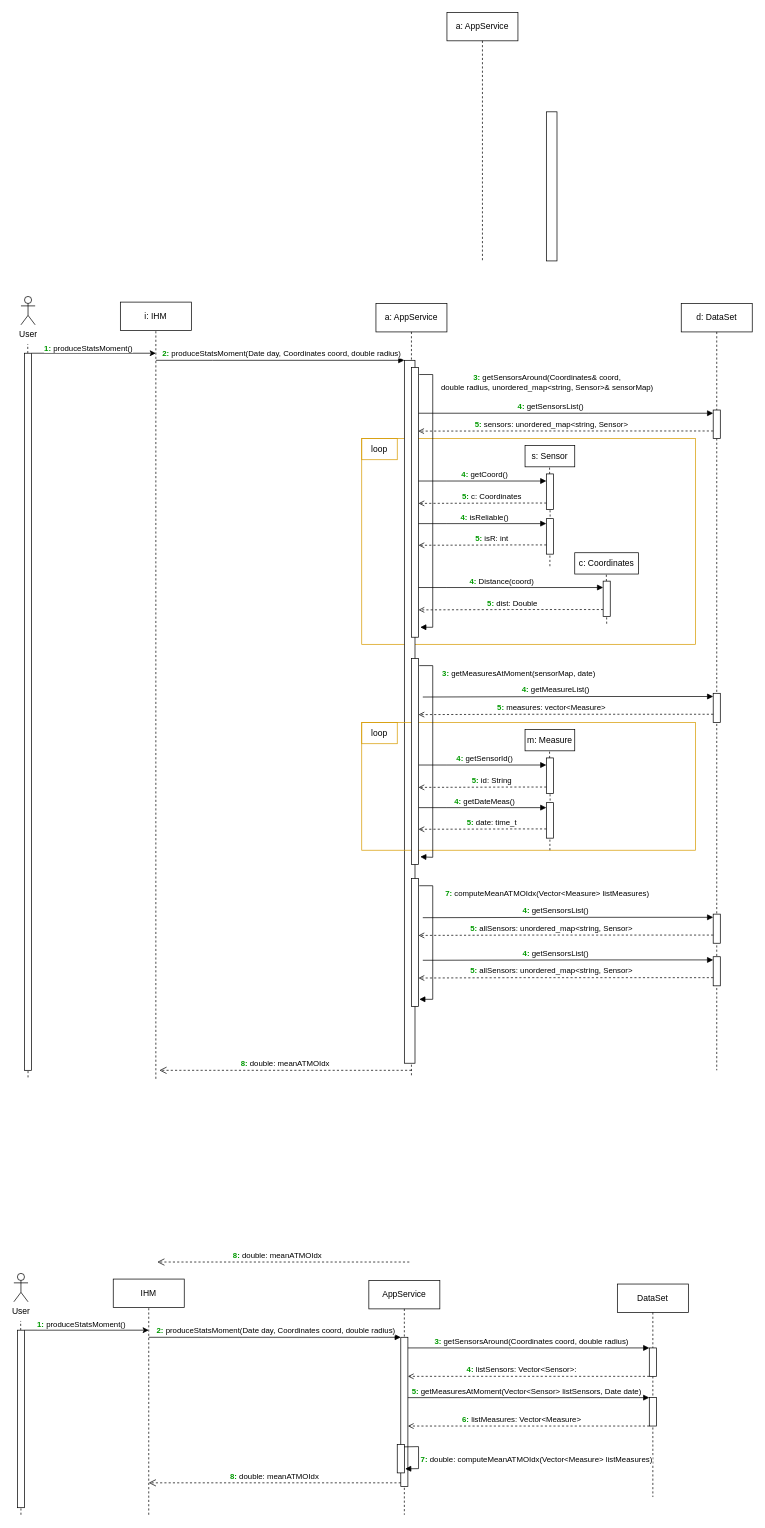
Before: UML stuff/seqDiagProdStatsMoment.drawio in NourJadiri/AirWatcher, a draw.io diagram. Source tidied: cells renumbered, new cells numbered last; positions are measured from the earlier drawing's top-left corner, leaving out a move shared by most shapes. Both pictures are drawn from the tidied source at 71%, with x=0, y=0 at pixel (13, 12).
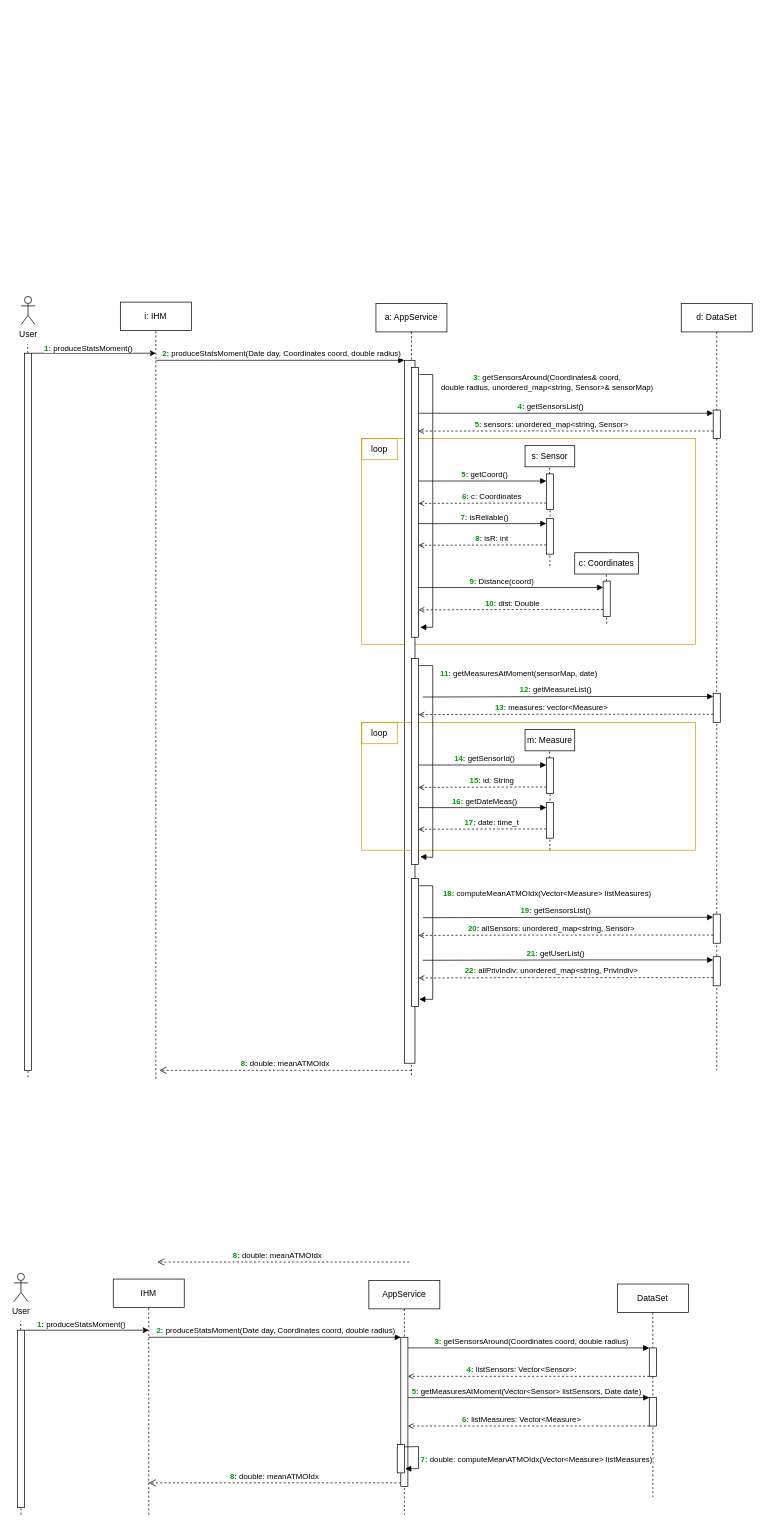
The same page after the edit.

Commit message:
Mettre à jour seqDiagProdStatsMoment.drawio

The change refers to these unchanged cells:
```xml
<mxCell id="8" style="endArrow=block;html=1;rounded=0;endFill=1;" parent="3" edge="1" target="11">
  <mxGeometry relative="1" as="geometry">
    <mxPoint x="60" y="650" as="sourcePoint" />
    <Array as="points">
      <mxPoint x="100" y="650" />
    </Array>
  </mxGeometry>
</mxCell>
<mxCell id="12" style="endArrow=open;html=1;rounded=0;endFill=0;dashed=1;entryX=1.055;entryY=0.269;entryDx=0;entryDy=0;entryPerimeter=0;" parent="3" edge="1" source="11">
  <mxGeometry relative="1" as="geometry">
    <mxPoint x="60" y="681.5" as="targetPoint" />
    <Array as="points">
      <mxPoint x="200" y="681" />
    </Array>
  </mxGeometry>
</mxCell>
<mxCell id="16" style="endArrow=block;html=1;rounded=0;endFill=1;" parent="3" edge="1">
  <mxGeometry relative="1" as="geometry">
    <mxPoint x="60" y="710" as="sourcePoint" />
    <mxPoint x="240" y="710" as="targetPoint" />
    <Array as="points">
      <mxPoint x="100" y="710" />
    </Array>
  </mxGeometry>
</mxCell>
<mxCell id="18" style="endArrow=open;html=1;rounded=0;endFill=0;dashed=1;entryX=1.055;entryY=0.269;entryDx=0;entryDy=0;entryPerimeter=0;" parent="3" edge="1">
  <mxGeometry relative="1" as="geometry">
    <mxPoint x="240" y="740" as="sourcePoint" />
    <mxPoint x="60" y="740.5" as="targetPoint" />
    <Array as="points">
      <mxPoint x="200" y="740" />
    </Array>
  </mxGeometry>
</mxCell>
<mxCell id="25" style="endArrow=block;html=1;rounded=0;endFill=1;exitX=1.6;exitY=0.187;exitDx=0;exitDy=0;exitPerimeter=0;" parent="22" edge="1">
  <mxGeometry relative="1" as="geometry">
    <mxPoint x="-364" y="865" as="sourcePoint" />
    <mxPoint x="45" y="864.5" as="targetPoint" />
    <Array as="points">
      <mxPoint x="-130" y="864.5" />
    </Array>
  </mxGeometry>
</mxCell>
<mxCell id="27" style="endArrow=open;html=1;rounded=0;endFill=0;dashed=1;entryX=0.964;entryY=0.236;entryDx=0;entryDy=0;entryPerimeter=0;" parent="22" edge="1">
  <mxGeometry relative="1" as="geometry">
    <mxPoint x="45" y="889.5" as="sourcePoint" />
    <mxPoint x="-370" y="890" as="targetPoint" />
    <Array as="points">
      <mxPoint x="-225" y="889.5" />
    </Array>
  </mxGeometry>
</mxCell>
<mxCell id="30" style="endArrow=block;html=1;rounded=0;endFill=1;exitX=1.6;exitY=0.187;exitDx=0;exitDy=0;exitPerimeter=0;" parent="22" edge="1">
  <mxGeometry relative="1" as="geometry">
    <mxPoint x="-364" y="925" as="sourcePoint" />
    <mxPoint x="45" y="924.5" as="targetPoint" />
    <Array as="points">
      <mxPoint x="-130" y="924.5" />
    </Array>
  </mxGeometry>
</mxCell>
<mxCell id="32" style="endArrow=open;html=1;rounded=0;endFill=0;dashed=1;entryX=0.964;entryY=0.236;entryDx=0;entryDy=0;entryPerimeter=0;" parent="22" edge="1">
  <mxGeometry relative="1" as="geometry">
    <mxPoint x="45" y="949.5" as="sourcePoint" />
    <mxPoint x="-370" y="950" as="targetPoint" />
    <Array as="points">
      <mxPoint x="-225" y="949.5" />
    </Array>
  </mxGeometry>
</mxCell>
<mxCell id="79" style="endArrow=block;html=1;rounded=0;endFill=1;" parent="1" edge="1" target="82">
  <mxGeometry relative="1" as="geometry">
    <mxPoint x="570" y="660" as="sourcePoint" />
    <Array as="points">
      <mxPoint x="610" y="660" />
    </Array>
  </mxGeometry>
</mxCell>
<mxCell id="83" style="endArrow=open;html=1;rounded=0;endFill=0;dashed=1;entryX=1.055;entryY=0.269;entryDx=0;entryDy=0;entryPerimeter=0;" parent="1" edge="1" source="82">
  <mxGeometry relative="1" as="geometry">
    <mxPoint x="570" y="691.5" as="targetPoint" />
    <Array as="points">
      <mxPoint x="710" y="691" />
    </Array>
  </mxGeometry>
</mxCell>
<mxCell id="88" style="endArrow=block;html=1;rounded=0;endFill=1;" parent="1" edge="1" target="87">
  <mxGeometry relative="1" as="geometry">
    <mxPoint x="570" y="810" as="sourcePoint" />
    <Array as="points">
      <mxPoint x="610" y="810" />
    </Array>
  </mxGeometry>
</mxCell>
<mxCell id="90" style="endArrow=open;html=1;rounded=0;endFill=0;dashed=1;entryX=1.055;entryY=0.269;entryDx=0;entryDy=0;entryPerimeter=0;" parent="1" edge="1" source="87">
  <mxGeometry relative="1" as="geometry">
    <mxPoint x="570" y="841.5" as="targetPoint" />
    <Array as="points">
      <mxPoint x="710" y="841" />
    </Array>
  </mxGeometry>
</mxCell>
<mxCell id="94" style="endArrow=block;html=1;rounded=0;endFill=1;" parent="1" edge="1">
  <mxGeometry relative="1" as="geometry">
    <mxPoint x="570" y="720" as="sourcePoint" />
    <mxPoint x="750" y="720" as="targetPoint" />
    <Array as="points">
      <mxPoint x="610" y="720" />
    </Array>
  </mxGeometry>
</mxCell>
<mxCell id="96" style="endArrow=open;html=1;rounded=0;endFill=0;dashed=1;entryX=1.055;entryY=0.269;entryDx=0;entryDy=0;entryPerimeter=0;" parent="1" edge="1">
  <mxGeometry relative="1" as="geometry">
    <mxPoint x="750" y="750" as="sourcePoint" />
    <mxPoint x="570" y="750.5" as="targetPoint" />
    <Array as="points">
      <mxPoint x="710" y="750" />
    </Array>
  </mxGeometry>
</mxCell>
<mxCell id="99" style="endArrow=block;html=1;rounded=0;endFill=1;entryX=1.236;entryY=0.963;entryDx=0;entryDy=0;entryPerimeter=0;" parent="1" edge="1" target="98">
  <mxGeometry relative="1" as="geometry">
    <mxPoint x="571" y="920" as="sourcePoint" />
    <Array as="points">
      <mxPoint x="590" y="920" />
      <mxPoint x="590" y="1190" />
    </Array>
  </mxGeometry>
</mxCell>
<mxCell id="102" style="endArrow=block;html=1;rounded=0;endFill=1;exitX=1.6;exitY=0.187;exitDx=0;exitDy=0;exitPerimeter=0;" parent="1" edge="1" source="98">
  <mxGeometry relative="1" as="geometry">
    <mxPoint x="985" y="963.5" as="targetPoint" />
    <Array as="points">
      <mxPoint x="810" y="963.5" />
    </Array>
  </mxGeometry>
</mxCell>
<mxCell id="104" style="endArrow=open;html=1;rounded=0;endFill=0;dashed=1;entryX=0.964;entryY=0.236;entryDx=0;entryDy=0;entryPerimeter=0;" parent="1" edge="1">
  <mxGeometry relative="1" as="geometry">
    <mxPoint x="985" y="988.5" as="sourcePoint" />
    <mxPoint x="570" y="989" as="targetPoint" />
    <Array as="points">
      <mxPoint x="715" y="988.5" />
    </Array>
  </mxGeometry>
</mxCell>
<mxCell id="107" style="endArrow=block;html=1;rounded=0;endFill=1;" parent="1" edge="1">
  <mxGeometry relative="1" as="geometry">
    <mxPoint x="571" y="1230" as="sourcePoint" />
    <mxPoint x="571" y="1390" as="targetPoint" />
    <Array as="points">
      <mxPoint x="590" y="1230" />
      <mxPoint x="590" y="1390" />
    </Array>
  </mxGeometry>
</mxCell>
```

Change to the diagram source:
```diff
@@
-    <mxCell id="9" value="&lt;b style=&quot;border-color: var(--border-color); caret-color: rgb(0, 153, 0); color: rgb(0, 153, 0);&quot;&gt;4:&amp;nbsp;&lt;/b&gt;getSensorId()" style="edgeLabel;html=1;align=center;verticalAlign=middle;" parent="8" vertex="1">
+    <mxCell id="9" value="&lt;b style=&quot;border-color: var(--border-color); caret-color: rgb(0, 153, 0); color: rgb(0, 153, 0);&quot;&gt;14:&amp;nbsp;&lt;/b&gt;getSensorId()" style="edgeLabel;html=1;align=center;verticalAlign=middle;" parent="8" vertex="1">
       <mxGeometry x="-0.41" y="2" relative="1" as="geometry">
         <mxPoint x="39" y="-8" as="offset" />
       </mxGeometry>
     </mxCell>
@@
-    <mxCell id="13" value="&lt;b style=&quot;border-color: var(--border-color); caret-color: rgb(0, 153, 0); color: rgb(0, 153, 0);&quot;&gt;5: &lt;/b&gt;&lt;span style=&quot;border-color: var(--border-color); caret-color: rgb(0, 153, 0);&quot;&gt;id&lt;/span&gt;:&amp;nbsp;String" style="edgeLabel;html=1;align=center;verticalAlign=middle;" parent="12" vertex="1">
+    <mxCell id="13" value="&lt;b style=&quot;border-color: var(--border-color); caret-color: rgb(0, 153, 0); color: rgb(0, 153, 0);&quot;&gt;15: &lt;/b&gt;&lt;span style=&quot;border-color: var(--border-color); caret-color: rgb(0, 153, 0);&quot;&gt;id&lt;/span&gt;:&amp;nbsp;String" style="edgeLabel;html=1;align=center;verticalAlign=middle;" parent="12" vertex="1">
       <mxGeometry x="0.28" y="1" relative="1" as="geometry">
         <mxPoint x="37" y="-11" as="offset" />
       </mxGeometry>
     </mxCell>
@@
-    <mxCell id="17" value="&lt;b style=&quot;border-color: var(--border-color); caret-color: rgb(0, 153, 0); color: rgb(0, 153, 0);&quot;&gt;4:&amp;nbsp;&lt;/b&gt;getDateMeas()" style="edgeLabel;html=1;align=center;verticalAlign=middle;" parent="16" vertex="1">
+    <mxCell id="17" value="&lt;b style=&quot;border-color: var(--border-color); caret-color: rgb(0, 153, 0); color: rgb(0, 153, 0);&quot;&gt;16:&amp;nbsp;&lt;/b&gt;getDateMeas()" style="edgeLabel;html=1;align=center;verticalAlign=middle;" parent="16" vertex="1">
       <mxGeometry x="-0.41" y="2" relative="1" as="geometry">
         <mxPoint x="39" y="-8" as="offset" />
       </mxGeometry>
     </mxCell>
@@
-    <mxCell id="19" value="&lt;b style=&quot;border-color: var(--border-color); caret-color: rgb(0, 153, 0); color: rgb(0, 153, 0);&quot;&gt;5: &lt;/b&gt;&lt;span style=&quot;border-color: var(--border-color); caret-color: rgb(0, 153, 0);&quot;&gt;date:&lt;/span&gt;&lt;b style=&quot;border-color: var(--border-color); caret-color: rgb(0, 153, 0); color: rgb(0, 153, 0);&quot;&gt;&amp;nbsp;&lt;/b&gt;time_t" style="edgeLabel;html=1;align=center;verticalAlign=middle;" parent="18" vertex="1">
+    <mxCell id="19" value="&lt;b style=&quot;border-color: var(--border-color); caret-color: rgb(0, 153, 0); color: rgb(0, 153, 0);&quot;&gt;17: &lt;/b&gt;&lt;span style=&quot;border-color: var(--border-color); caret-color: rgb(0, 153, 0);&quot;&gt;date:&lt;/span&gt;&lt;b style=&quot;border-color: var(--border-color); caret-color: rgb(0, 153, 0); color: rgb(0, 153, 0);&quot;&gt;&amp;nbsp;&lt;/b&gt;time_t" style="edgeLabel;html=1;align=center;verticalAlign=middle;" parent="18" vertex="1">
       <mxGeometry x="0.28" y="1" relative="1" as="geometry">
         <mxPoint x="37" y="-11" as="offset" />
       </mxGeometry>
     </mxCell>
@@
-    <mxCell id="26" value="&lt;b style=&quot;border-color: var(--border-color); caret-color: rgb(0, 153, 0); color: rgb(0, 153, 0);&quot;&gt;4:&amp;nbsp;&lt;/b&gt;getSensorsList()" style="edgeLabel;html=1;align=center;verticalAlign=middle;" parent="25" vertex="1">
+    <mxCell id="26" value="&lt;b style=&quot;border-color: var(--border-color); caret-color: rgb(0, 153, 0); color: rgb(0, 153, 0);&quot;&gt;19:&amp;nbsp;&lt;/b&gt;getSensorsList()" style="edgeLabel;html=1;align=center;verticalAlign=middle;" parent="25" vertex="1">
       <mxGeometry x="-0.41" y="2" relative="1" as="geometry">
         <mxPoint x="66" y="-8" as="offset" />
       </mxGeometry>
     </mxCell>
@@
-    <mxCell id="28" value="&lt;b style=&quot;border-color: var(--border-color); caret-color: rgb(0, 153, 0); color: rgb(0, 153, 0);&quot;&gt;5:&amp;nbsp;&lt;/b&gt;allSensors:&amp;nbsp;unordered_map&amp;lt;string, Sensor&amp;gt;" style="edgeLabel;html=1;align=center;verticalAlign=middle;" parent="27" vertex="1">
+    <mxCell id="28" value="&lt;b style=&quot;border-color: var(--border-color); caret-color: rgb(0, 153, 0); color: rgb(0, 153, 0);&quot;&gt;20:&amp;nbsp;&lt;/b&gt;allSensors:&amp;nbsp;unordered_map&amp;lt;string, Sensor&amp;gt;" style="edgeLabel;html=1;align=center;verticalAlign=middle;" parent="27" vertex="1">
       <mxGeometry x="0.28" y="1" relative="1" as="geometry">
         <mxPoint x="37" y="-11" as="offset" />
       </mxGeometry>
     </mxCell>
@@
-    <mxCell id="31" value="&lt;b style=&quot;border-color: var(--border-color); caret-color: rgb(0, 153, 0); color: rgb(0, 153, 0);&quot;&gt;4:&amp;nbsp;&lt;/b&gt;getSensorsList()" style="edgeLabel;html=1;align=center;verticalAlign=middle;" parent="30" vertex="1">
+    <mxCell id="31" value="&lt;b style=&quot;border-color: var(--border-color); caret-color: rgb(0, 153, 0); color: rgb(0, 153, 0);&quot;&gt;21:&amp;nbsp;&lt;/b&gt;getUserList()" style="edgeLabel;html=1;align=center;verticalAlign=middle;" parent="30" vertex="1">
       <mxGeometry x="-0.41" y="2" relative="1" as="geometry">
         <mxPoint x="66" y="-8" as="offset" />
       </mxGeometry>
     </mxCell>
@@
-    <mxCell id="33" value="&lt;b style=&quot;border-color: var(--border-color); caret-color: rgb(0, 153, 0); color: rgb(0, 153, 0);&quot;&gt;5:&amp;nbsp;&lt;/b&gt;allSensors:&amp;nbsp;unordered_map&amp;lt;string, Sensor&amp;gt;" style="edgeLabel;html=1;align=center;verticalAlign=middle;" parent="32" vertex="1">
+    <mxCell id="33" value="&lt;b style=&quot;border-color: var(--border-color); caret-color: rgb(0, 153, 0); color: rgb(0, 153, 0);&quot;&gt;22:&amp;nbsp;&lt;/b&gt;allPrivIndiv:&amp;nbsp;unordered_map&amp;lt;string, PrivIndiv&amp;gt;" style="edgeLabel;html=1;align=center;verticalAlign=middle;" parent="32" vertex="1">
       <mxGeometry x="0.28" y="1" relative="1" as="geometry">
         <mxPoint x="37" y="-11" as="offset" />
       </mxGeometry>
     </mxCell>
@@
-    <mxCell id="76" value="a: AppService" style="shape=umlLifeline;perimeter=lifelinePerimeter;whiteSpace=wrap;html=1;newEdgeStyle={&quot;edgeStyle&quot;:&quot;elbowEdgeStyle&quot;,&quot;elbow&quot;:&quot;vertical&quot;,&quot;curved&quot;:0,&quot;rounded&quot;:0};" parent="1" vertex="1">
-      <mxGeometry x="610" width="100" height="350" as="geometry" />
-    </mxCell>
-    <mxCell id="77" style="html=1;perimeter=orthogonalPerimeter;targetShapes=umlLifeline;newEdgeStyle={&quot;edgeStyle&quot;:&quot;elbowEdgeStyle&quot;,&quot;elbow&quot;:&quot;vertical&quot;,&quot;curved&quot;:0,&quot;rounded&quot;:0};" parent="1" vertex="1">
-      <mxGeometry x="750" y="140" width="15" height="210" as="geometry" />
-    </mxCell>
@@
-    <mxCell id="80" value="&lt;b style=&quot;border-color: var(--border-color); caret-color: rgb(0, 153, 0); color: rgb(0, 153, 0);&quot;&gt;4:&amp;nbsp;&lt;/b&gt;getCoord()" style="edgeLabel;html=1;align=center;verticalAlign=middle;" parent="79" vertex="1">
+    <mxCell id="80" value="&lt;b style=&quot;border-color: var(--border-color); caret-color: rgb(0, 153, 0); color: rgb(0, 153, 0);&quot;&gt;5:&amp;nbsp;&lt;/b&gt;getCoord()" style="edgeLabel;html=1;align=center;verticalAlign=middle;" parent="79" vertex="1">
       <mxGeometry x="-0.41" y="2" relative="1" as="geometry">
         <mxPoint x="39" y="-8" as="offset" />
       </mxGeometry>
     </mxCell>
@@
-    <mxCell id="84" value="&lt;b style=&quot;border-color: var(--border-color); caret-color: rgb(0, 153, 0); color: rgb(0, 153, 0);&quot;&gt;5:&amp;nbsp;&lt;/b&gt;c:&amp;nbsp;Coordinates" style="edgeLabel;html=1;align=center;verticalAlign=middle;" parent="83" vertex="1">
+    <mxCell id="84" value="&lt;b style=&quot;border-color: var(--border-color); caret-color: rgb(0, 153, 0); color: rgb(0, 153, 0);&quot;&gt;6:&amp;nbsp;&lt;/b&gt;c:&amp;nbsp;Coordinates" style="edgeLabel;html=1;align=center;verticalAlign=middle;" parent="83" vertex="1">
       <mxGeometry x="0.28" y="1" relative="1" as="geometry">
         <mxPoint x="37" y="-11" as="offset" />
       </mxGeometry>
     </mxCell>
@@
-    <mxCell id="89" value="&lt;b style=&quot;border-color: var(--border-color); caret-color: rgb(0, 153, 0); color: rgb(0, 153, 0);&quot;&gt;4:&amp;nbsp;&lt;/b&gt;Distance(coord)" style="edgeLabel;html=1;align=center;verticalAlign=middle;" parent="88" vertex="1">
+    <mxCell id="89" value="&lt;b style=&quot;border-color: var(--border-color); caret-color: rgb(0, 153, 0); color: rgb(0, 153, 0);&quot;&gt;9:&amp;nbsp;&lt;/b&gt;Distance(coord)" style="edgeLabel;html=1;align=center;verticalAlign=middle;" parent="88" vertex="1">
       <mxGeometry x="-0.41" y="2" relative="1" as="geometry">
         <mxPoint x="39" y="-8" as="offset" />
       </mxGeometry>
     </mxCell>
@@
-    <mxCell id="91" value="&lt;b style=&quot;border-color: var(--border-color); caret-color: rgb(0, 153, 0); color: rgb(0, 153, 0);&quot;&gt;5:&amp;nbsp;&lt;/b&gt;dist: Double" style="edgeLabel;html=1;align=center;verticalAlign=middle;" parent="90" vertex="1">
+    <mxCell id="91" value="&lt;b style=&quot;border-color: var(--border-color); caret-color: rgb(0, 153, 0); color: rgb(0, 153, 0);&quot;&gt;10:&amp;nbsp;&lt;/b&gt;dist: Double" style="edgeLabel;html=1;align=center;verticalAlign=middle;" parent="90" vertex="1">
       <mxGeometry x="0.28" y="1" relative="1" as="geometry">
         <mxPoint x="37" y="-11" as="offset" />
       </mxGeometry>
     </mxCell>
@@
-    <mxCell id="95" value="&lt;b style=&quot;border-color: var(--border-color); caret-color: rgb(0, 153, 0); color: rgb(0, 153, 0);&quot;&gt;4:&amp;nbsp;&lt;/b&gt;isReliable()" style="edgeLabel;html=1;align=center;verticalAlign=middle;" parent="94" vertex="1">
+    <mxCell id="95" value="&lt;b style=&quot;border-color: var(--border-color); caret-color: rgb(0, 153, 0); color: rgb(0, 153, 0);&quot;&gt;7:&amp;nbsp;&lt;/b&gt;isReliable()" style="edgeLabel;html=1;align=center;verticalAlign=middle;" parent="94" vertex="1">
       <mxGeometry x="-0.41" y="2" relative="1" as="geometry">
         <mxPoint x="39" y="-8" as="offset" />
       </mxGeometry>
     </mxCell>
@@
-    <mxCell id="97" value="&lt;b style=&quot;border-color: var(--border-color); caret-color: rgb(0, 153, 0); color: rgb(0, 153, 0);&quot;&gt;5: &lt;/b&gt;&lt;span style=&quot;border-color: var(--border-color); caret-color: rgb(0, 153, 0);&quot;&gt;isR&lt;/span&gt;:&amp;nbsp;int" style="edgeLabel;html=1;align=center;verticalAlign=middle;" parent="96" vertex="1">
+    <mxCell id="97" value="&lt;b style=&quot;border-color: var(--border-color); caret-color: rgb(0, 153, 0); color: rgb(0, 153, 0);&quot;&gt;8: &lt;/b&gt;&lt;span style=&quot;border-color: var(--border-color); caret-color: rgb(0, 153, 0);&quot;&gt;isR&lt;/span&gt;:&amp;nbsp;int" style="edgeLabel;html=1;align=center;verticalAlign=middle;" parent="96" vertex="1">
       <mxGeometry x="0.28" y="1" relative="1" as="geometry">
         <mxPoint x="37" y="-11" as="offset" />
       </mxGeometry>
     </mxCell>
@@
-    <mxCell id="100" value="&lt;b style=&quot;border-color: var(--border-color); caret-color: rgb(0, 153, 0); color: rgb(0, 153, 0);&quot;&gt;3:&amp;nbsp;&lt;/b&gt;getMeasuresAtMoment(sensorMap, date)" style="edgeLabel;html=1;align=center;verticalAlign=middle;" parent="99" vertex="1">
+    <mxCell id="100" value="&lt;b style=&quot;border-color: var(--border-color); caret-color: rgb(0, 153, 0); color: rgb(0, 153, 0);&quot;&gt;11:&amp;nbsp;&lt;/b&gt;getMeasuresAtMoment(sensorMap, date)" style="edgeLabel;html=1;align=center;verticalAlign=middle;" parent="99" vertex="1">
       <mxGeometry x="0.02" y="2" relative="1" as="geometry">
         <mxPoint x="118" y="-127" as="offset" />
       </mxGeometry>
     </mxCell>
@@
-    <mxCell id="103" value="&lt;b style=&quot;border-color: var(--border-color); caret-color: rgb(0, 153, 0); color: rgb(0, 153, 0);&quot;&gt;4:&amp;nbsp;&lt;/b&gt;getMeasureList()" style="edgeLabel;html=1;align=center;verticalAlign=middle;" parent="102" vertex="1">
+    <mxCell id="103" value="&lt;b style=&quot;border-color: var(--border-color); caret-color: rgb(0, 153, 0); color: rgb(0, 153, 0);&quot;&gt;12:&amp;nbsp;&lt;/b&gt;getMeasureList()" style="edgeLabel;html=1;align=center;verticalAlign=middle;" parent="102" vertex="1">
       <mxGeometry x="-0.41" y="2" relative="1" as="geometry">
         <mxPoint x="66" y="-8" as="offset" />
       </mxGeometry>
     </mxCell>
@@
-    <mxCell id="105" value="&lt;b style=&quot;border-color: var(--border-color); caret-color: rgb(0, 153, 0); color: rgb(0, 153, 0);&quot;&gt;5:&amp;nbsp;&lt;/b&gt;measures:&amp;nbsp;vector&amp;lt;Measure&amp;gt;" style="edgeLabel;html=1;align=center;verticalAlign=middle;" parent="104" vertex="1">
+    <mxCell id="105" value="&lt;b style=&quot;border-color: var(--border-color); caret-color: rgb(0, 153, 0); color: rgb(0, 153, 0);&quot;&gt;13:&amp;nbsp;&lt;/b&gt;measures:&amp;nbsp;vector&amp;lt;Measure&amp;gt;" style="edgeLabel;html=1;align=center;verticalAlign=middle;" parent="104" vertex="1">
       <mxGeometry x="0.28" y="1" relative="1" as="geometry">
         <mxPoint x="37" y="-11" as="offset" />
       </mxGeometry>
     </mxCell>
@@
-    <mxCell id="108" value="&lt;b style=&quot;border-color: var(--border-color); caret-color: rgb(0, 153, 0); color: rgb(0, 153, 0);&quot;&gt;7:&amp;nbsp;&lt;/b&gt;computeMeanATMOIdx(Vector&amp;lt;Measure&amp;gt; listMeasures)" style="edgeLabel;html=1;align=center;verticalAlign=middle;" parent="107" vertex="1">
+    <mxCell id="108" value="&lt;b style=&quot;border-color: var(--border-color); caret-color: rgb(0, 153, 0); color: rgb(0, 153, 0);&quot;&gt;18:&amp;nbsp;&lt;/b&gt;computeMeanATMOIdx(Vector&amp;lt;Measure&amp;gt; listMeasures)" style="edgeLabel;html=1;align=center;verticalAlign=middle;" parent="107" vertex="1">
       <mxGeometry x="0.02" y="2" relative="1" as="geometry">
         <mxPoint x="158" y="-72" as="offset" />
       </mxGeometry>
     </mxCell>
```
